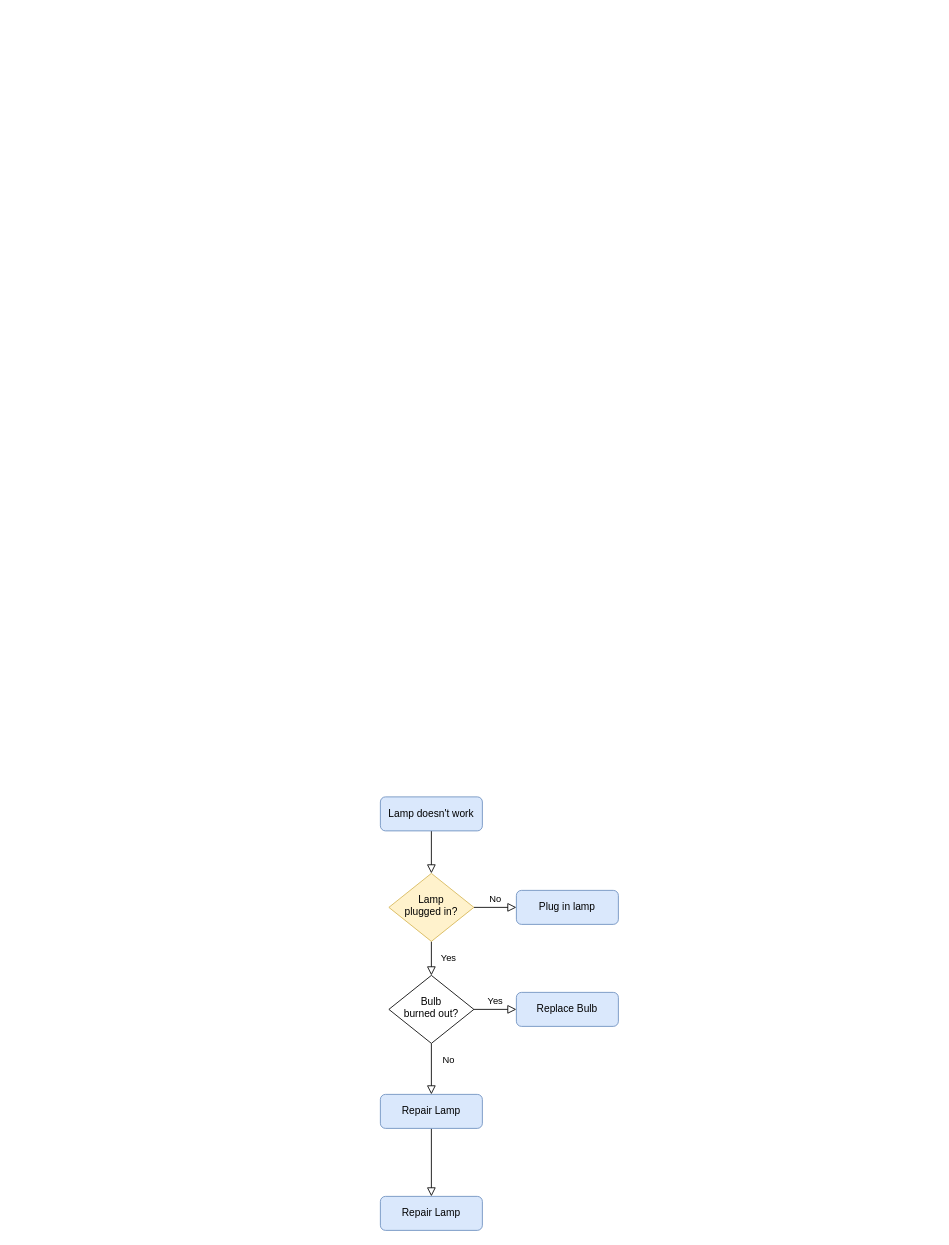
Before: page "合同签约" (1 of 3) of YZOA.drawio in yangbe/diagrams, a draw.io diagram. Source tidied: cells renumbered, new cells numbered last; positions are measured from the earlier drawing's top-left corner, leaving out a move shared by most shapes. Both pictures are drawn from the tidied source at 85%, with x=0, y=0 at pixel (380, 796).
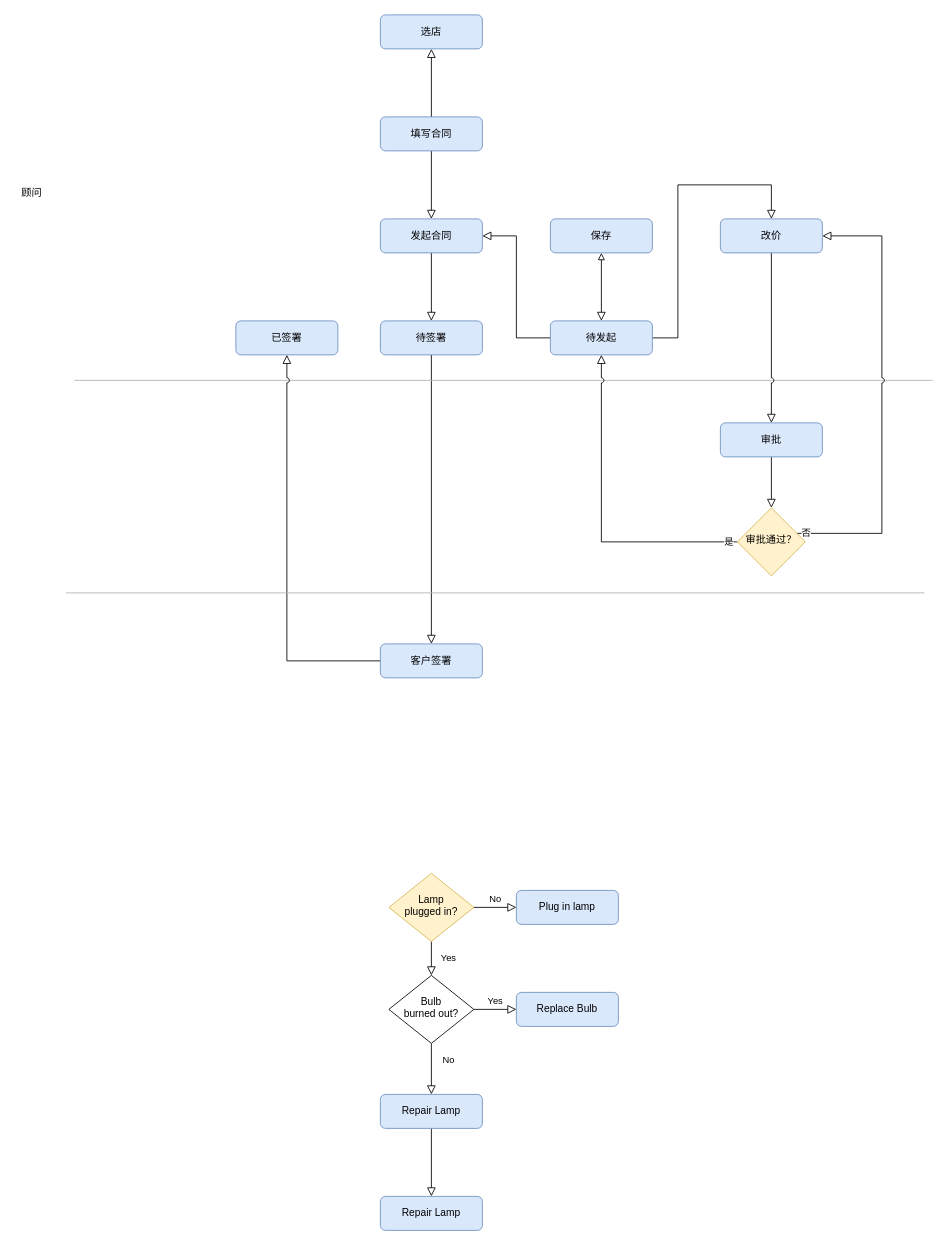
After the change.

The change refers to these unchanged cells:
```xml
<mxCell id="6" value="Lamp&lt;br&gt;plugged in?" style="rhombus;whiteSpace=wrap;html=1;shadow=0;fontFamily=Helvetica;fontSize=12;align=center;strokeWidth=1;spacing=6;spacingTop=-4;fillColor=#fff2cc;strokeColor=#d6b656;" parent="1" vertex="1">
  <mxGeometry x="10" y="90" width="100" height="80" as="geometry" />
</mxCell>
```

Change to the diagram source:
```diff
@@
-    <mxCell id="2" style="rounded=0;html=1;jettySize=auto;fontSize=11;endArrow=block;endFill=0;endSize=8;strokeWidth=1;shadow=0;labelBackgroundColor=none;" parent="1" edge="1" source="3" target="6">
-      <mxGeometry relative="1" as="geometry" />
-    </mxCell>
+    <mxCell id="15" style="edgeStyle=none;rounded=0;jettySize=auto;html=1;shadow=0;labelBackgroundColor=none;endArrow=block;endFill=0;endSize=8;strokeWidth=1;jumpStyle=arc;" parent="1" edge="1" source="3" target="20">
+      <mxGeometry relative="1" as="geometry" />
+    </mxCell>
-    <mxCell id="3" value="Lamp doesn't work" style="rounded=1;whiteSpace=wrap;html=1;fontSize=12;glass=0;strokeWidth=1;shadow=0;fillColor=#dae8fc;strokeColor=#6c8ebf;" parent="1" vertex="1">
-      <mxGeometry width="120" height="40" as="geometry" />
+    <mxCell id="3" value="发起合同" style="rounded=1;whiteSpace=wrap;html=1;fontSize=12;glass=0;strokeWidth=1;shadow=0;fillColor=#dae8fc;strokeColor=#6c8ebf;" parent="1" vertex="1">
+      <mxGeometry y="-680" width="120" height="40" as="geometry" />
     </mxCell>
@@
+    <mxCell id="16" style="edgeStyle=none;rounded=0;jettySize=auto;html=1;exitX=0.5;exitY=1;exitDx=0;exitDy=0;entryX=0.5;entryY=0;entryDx=0;entryDy=0;shadow=0;labelBackgroundColor=none;endArrow=block;endFill=0;endSize=8;strokeWidth=1;jumpStyle=arc;" parent="1" edge="1" source="18" target="3">
+      <mxGeometry relative="1" as="geometry" />
+    </mxCell>
+    <mxCell id="17" style="edgeStyle=orthogonalEdgeStyle;rounded=0;jumpStyle=arc;jettySize=auto;html=1;shadow=0;labelBackgroundColor=none;startArrow=none;startFill=0;endArrow=block;endFill=0;endSize=8;strokeWidth=1;" parent="1" edge="1" source="18" target="41">
+      <mxGeometry relative="1" as="geometry" />
+    </mxCell>
+    <mxCell id="18" value="填写合同" style="rounded=1;whiteSpace=wrap;html=1;fontSize=12;glass=0;strokeWidth=1;shadow=0;fillColor=#dae8fc;strokeColor=#6c8ebf;" parent="1" vertex="1">
+      <mxGeometry y="-800" width="120" height="40" as="geometry" />
+    </mxCell>
+    <mxCell id="19" style="edgeStyle=orthogonalEdgeStyle;rounded=0;jettySize=auto;html=1;shadow=0;labelBackgroundColor=none;endArrow=block;endFill=0;endSize=8;strokeColor=#000000;strokeWidth=1;jumpStyle=arc;" parent="1" edge="1" source="20" target="39">
+      <mxGeometry relative="1" as="geometry" />
+    </mxCell>
+    <mxCell id="20" value="待签署" style="rounded=1;whiteSpace=wrap;html=1;fontSize=12;glass=0;strokeWidth=1;shadow=0;fillColor=#dae8fc;strokeColor=#6c8ebf;" parent="1" vertex="1">
+      <mxGeometry y="-560" width="120" height="40" as="geometry" />
+    </mxCell>
+    <mxCell id="21" style="endArrow=none;html=1;shadow=0;labelBackgroundColor=none;strokeWidth=1;strokeColor=#B3B3B3;" parent="1" edge="1">
+      <mxGeometry relative="1" as="geometry">
+        <mxPoint x="-360" y="-490" as="sourcePoint" />
+        <mxPoint x="650" y="-490" as="targetPoint" />
+      </mxGeometry>
+    </mxCell>
+    <mxCell id="22" value="顾问" style="text;html=1;strokeColor=none;fillColor=none;align=center;verticalAlign=middle;whiteSpace=wrap;rounded=0;" parent="1" vertex="1">
+      <mxGeometry x="-430" y="-720" width="40" height="20" as="geometry" />
+    </mxCell>
+    <mxCell id="23" value="已签署" style="rounded=1;whiteSpace=wrap;html=1;fontSize=12;glass=0;strokeWidth=1;shadow=0;fillColor=#dae8fc;strokeColor=#6c8ebf;" parent="1" vertex="1">
+      <mxGeometry x="-170" y="-560" width="120" height="40" as="geometry" />
+    </mxCell>
+    <mxCell id="24" style="edgeStyle=orthogonalEdgeStyle;rounded=0;jettySize=auto;html=1;entryX=1;entryY=0.5;entryDx=0;entryDy=0;shadow=0;labelBackgroundColor=none;endArrow=block;endFill=0;endSize=8;strokeColor=#000000;strokeWidth=1;jumpStyle=arc;" parent="1" edge="1" source="26" target="3">
+      <mxGeometry relative="1" as="geometry" />
+    </mxCell>
+    <mxCell id="25" style="edgeStyle=orthogonalEdgeStyle;rounded=0;jettySize=auto;html=1;entryX=0.5;entryY=0;entryDx=0;entryDy=0;shadow=0;labelBackgroundColor=none;endArrow=block;endFill=0;endSize=8;strokeColor=#000000;strokeWidth=1;jumpStyle=arc;" parent="1" edge="1" source="26" target="30">
+      <mxGeometry relative="1" as="geometry">
+        <Array as="points">
+          <mxPoint x="350" y="-540" />
+          <mxPoint x="350" y="-720" />
+          <mxPoint x="460" y="-720" />
+        </Array>
+      </mxGeometry>
+    </mxCell>
+    <mxCell id="26" value="待发起" style="rounded=1;whiteSpace=wrap;html=1;fontSize=12;glass=0;strokeWidth=1;shadow=0;fillColor=#dae8fc;strokeColor=#6c8ebf;" parent="1" vertex="1">
+      <mxGeometry x="200" y="-560" width="120" height="40" as="geometry" />
+    </mxCell>
+    <mxCell id="27" style="edgeStyle=none;rounded=0;jettySize=auto;html=1;shadow=0;labelBackgroundColor=none;endArrow=block;endFill=0;endSize=8;strokeColor=#000000;strokeWidth=1;jumpStyle=arc;startArrow=block;startFill=0;" parent="1" edge="1" source="28" target="26">
+      <mxGeometry relative="1" as="geometry" />
+    </mxCell>
+    <mxCell id="28" value="保存" style="rounded=1;whiteSpace=wrap;html=1;fontSize=12;glass=0;strokeWidth=1;shadow=0;fillColor=#dae8fc;strokeColor=#6c8ebf;" parent="1" vertex="1">
+      <mxGeometry x="200" y="-680" width="120" height="40" as="geometry" />
+    </mxCell>
+    <mxCell id="29" style="edgeStyle=none;rounded=0;jettySize=auto;html=1;shadow=0;labelBackgroundColor=none;endArrow=block;endFill=0;endSize=8;strokeColor=#000000;strokeWidth=1;jumpStyle=arc;" parent="1" edge="1" source="30" target="32">
+      <mxGeometry relative="1" as="geometry" />
+    </mxCell>
+    <mxCell id="30" value="改价" style="rounded=1;whiteSpace=wrap;html=1;fontSize=12;glass=0;strokeWidth=1;shadow=0;fillColor=#dae8fc;strokeColor=#6c8ebf;" parent="1" vertex="1">
+      <mxGeometry x="400" y="-680" width="120" height="40" as="geometry" />
+    </mxCell>
+    <mxCell id="31" style="edgeStyle=none;rounded=0;jettySize=auto;html=1;shadow=0;labelBackgroundColor=none;endArrow=block;endFill=0;endSize=8;strokeColor=#000000;strokeWidth=1;jumpStyle=arc;" parent="1" edge="1" source="32" target="37">
+      <mxGeometry relative="1" as="geometry" />
+    </mxCell>
+    <mxCell id="32" value="审批" style="rounded=1;whiteSpace=wrap;html=1;fontSize=12;glass=0;strokeWidth=1;shadow=0;fillColor=#dae8fc;strokeColor=#6c8ebf;" parent="1" vertex="1">
+      <mxGeometry x="400" y="-440" width="120" height="40" as="geometry" />
+    </mxCell>
+    <mxCell id="33" style="edgeStyle=orthogonalEdgeStyle;rounded=0;jettySize=auto;html=1;entryX=0.5;entryY=1;entryDx=0;entryDy=0;shadow=0;labelBackgroundColor=none;endArrow=block;endFill=0;endSize=8;strokeColor=#000000;strokeWidth=1;jumpStyle=arc;" parent="1" edge="1" source="37" target="26">
+      <mxGeometry relative="1" as="geometry" />
+    </mxCell>
+    <mxCell id="34" value="是" style="edgeLabel;html=1;align=center;verticalAlign=middle;" parent="33" vertex="1">
+      <mxGeometry x="-0.94" y="-1" relative="1" as="geometry" />
+    </mxCell>
+    <mxCell id="35" style="edgeStyle=orthogonalEdgeStyle;rounded=0;jettySize=auto;html=1;shadow=0;labelBackgroundColor=none;endArrow=block;endFill=0;endSize=8;strokeColor=#000000;strokeWidth=1;jumpStyle=arc;" parent="1" edge="1" source="37">
+      <mxGeometry relative="1" as="geometry">
+        <mxPoint x="520" y="-660" as="targetPoint" />
+        <Array as="points">
+          <mxPoint x="590" y="-310" />
+          <mxPoint x="590" y="-660" />
+        </Array>
+      </mxGeometry>
+    </mxCell>
+    <mxCell id="36" value="否" style="edgeLabel;html=1;align=center;verticalAlign=middle;" parent="35" vertex="1">
+      <mxGeometry x="-0.92" y="1" relative="1" as="geometry">
+        <mxPoint x="-10.8" as="offset" />
+      </mxGeometry>
+    </mxCell>
+    <mxCell id="37" value="审批通过？" style="rhombus;whiteSpace=wrap;html=1;shadow=0;strokeColor=#d6b656;strokeWidth=1;fillColor=#fff2cc;spacing=6;spacingTop=-4;" parent="1" vertex="1">
+      <mxGeometry x="420" y="-340" width="80" height="80" as="geometry" />
+    </mxCell>
+    <mxCell id="38" style="edgeStyle=orthogonalEdgeStyle;rounded=0;jettySize=auto;html=1;entryX=0.5;entryY=1;entryDx=0;entryDy=0;shadow=0;labelBackgroundColor=none;endArrow=block;endFill=0;endSize=8;strokeColor=#000000;strokeWidth=1;jumpStyle=arc;" parent="1" edge="1" source="39" target="23">
+      <mxGeometry relative="1" as="geometry" />
+    </mxCell>
+    <mxCell id="39" value="客户签署" style="rounded=1;whiteSpace=wrap;html=1;fontSize=12;glass=0;strokeWidth=1;shadow=0;fillColor=#dae8fc;strokeColor=#6c8ebf;" parent="1" vertex="1">
+      <mxGeometry y="-180" width="120" height="40" as="geometry" />
+    </mxCell>
+    <mxCell id="40" style="endArrow=none;html=1;shadow=0;labelBackgroundColor=none;strokeWidth=1;strokeColor=#B3B3B3;" parent="1" edge="1">
+      <mxGeometry relative="1" as="geometry">
+        <mxPoint x="-370" y="-240" as="sourcePoint" />
+        <mxPoint x="640" y="-240" as="targetPoint" />
+      </mxGeometry>
+    </mxCell>
+    <mxCell id="41" value="选店" style="rounded=1;whiteSpace=wrap;html=1;fontSize=12;glass=0;strokeWidth=1;shadow=0;fillColor=#dae8fc;strokeColor=#6c8ebf;" parent="1" vertex="1">
+      <mxGeometry y="-920" width="120" height="40" as="geometry" />
+    </mxCell>
```
